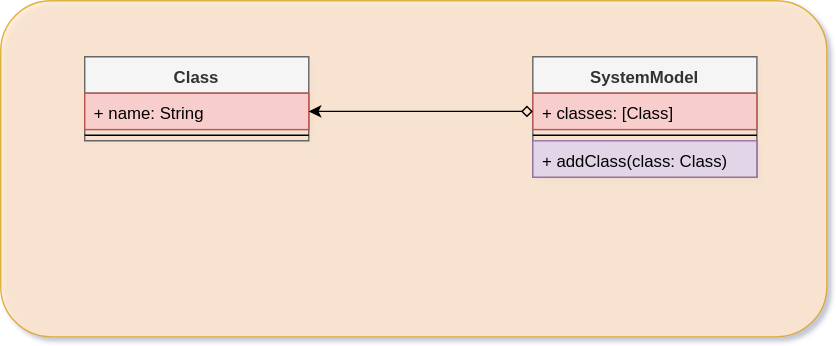
kevinvandenbreemen/SwiftCodeHelper keeps this draw.io diagram as Docs/resource/SwiftCodeHelper.svg. Above is the earlier version. Source tidied: cells renumbered, new cells last; positions are measured from the earlier drawing's top-left corner, leaving out a move shared by most shapes. Its diagram source:
```xml
<mxGraphModel>
  <root>
    <mxCell id="0" />
    <mxCell id="1" parent="0" />
    <mxCell id="2" style="rounded=1;whiteSpace=wrap;html=1;fillColor=#ffe6cc;strokeColor=#d79b00;opacity=75;" parent="1" vertex="1">
      <mxGeometry width="590" height="240" as="geometry" />
    </mxCell>
    <mxCell id="3" value="Class" style="swimlane;fontStyle=1;align=center;verticalAlign=top;horizontal=1;startSize=26;fillColor=#f5f5f5;strokeColor=#666666;fontColor=#333333;" parent="1" vertex="1">
      <mxGeometry x="60" y="40" width="160" height="60" as="geometry" />
    </mxCell>
    <mxCell id="4" value="+ name: String" style="text;strokeColor=#b85450;fillColor=#f8cecc;align=left;verticalAlign=top;spacingLeft=4;spacingRight=4;overflow=hidden;points=[[0,0.5],[1,0.5]];portConstraint=eastwest;" parent="3" vertex="1">
      <mxGeometry y="26" width="160" height="26" as="geometry" />
    </mxCell>
    <mxCell id="5" style="line;strokeWidth=1;fillColor=none;align=left;verticalAlign=middle;spacingTop=-1;spacingLeft=3;spacingRight=3;labelPosition=right;" parent="3" vertex="1">
      <mxGeometry y="52" width="160" height="8" as="geometry" />
    </mxCell>
    <mxCell id="6" value="SystemModel" style="swimlane;fontStyle=1;align=center;verticalAlign=top;horizontal=1;startSize=26;fillColor=#f5f5f5;strokeColor=#666666;fontColor=#333333;" parent="1" vertex="1">
      <mxGeometry x="380" y="40" width="160" height="86" as="geometry" />
    </mxCell>
    <mxCell id="7" value="+ classes: [Class]" style="text;strokeColor=#b85450;fillColor=#f8cecc;align=left;verticalAlign=top;spacingLeft=4;spacingRight=4;overflow=hidden;points=[[0,0.5],[1,0.5]];portConstraint=eastwest;" parent="6" vertex="1">
      <mxGeometry y="26" width="160" height="26" as="geometry" />
    </mxCell>
    <mxCell id="8" style="line;strokeWidth=1;fillColor=none;align=left;verticalAlign=middle;spacingTop=-1;spacingLeft=3;spacingRight=3;labelPosition=right;" parent="6" vertex="1">
      <mxGeometry y="52" width="160" height="8" as="geometry" />
    </mxCell>
    <mxCell id="9" value="+ addClass(class: Class)" style="text;strokeColor=#9673a6;fillColor=#e1d5e7;align=left;verticalAlign=top;spacingLeft=4;spacingRight=4;overflow=hidden;points=[[0,0.5],[1,0.5]];portConstraint=eastwest;" parent="6" vertex="1">
      <mxGeometry y="60" width="160" height="26" as="geometry" />
    </mxCell>
    <mxCell id="10" style="edgeStyle=orthogonalEdgeStyle;rounded=0;jettySize=auto;html=1;exitX=0;exitY=0.5;exitDx=0;exitDy=0;entryX=1;entryY=0.5;entryDx=0;entryDy=0;startArrow=diamond;startFill=0;" parent="1" edge="1" source="7" target="4">
      <mxGeometry relative="1" as="geometry" />
    </mxCell>
  </root>
</mxGraphModel>
```
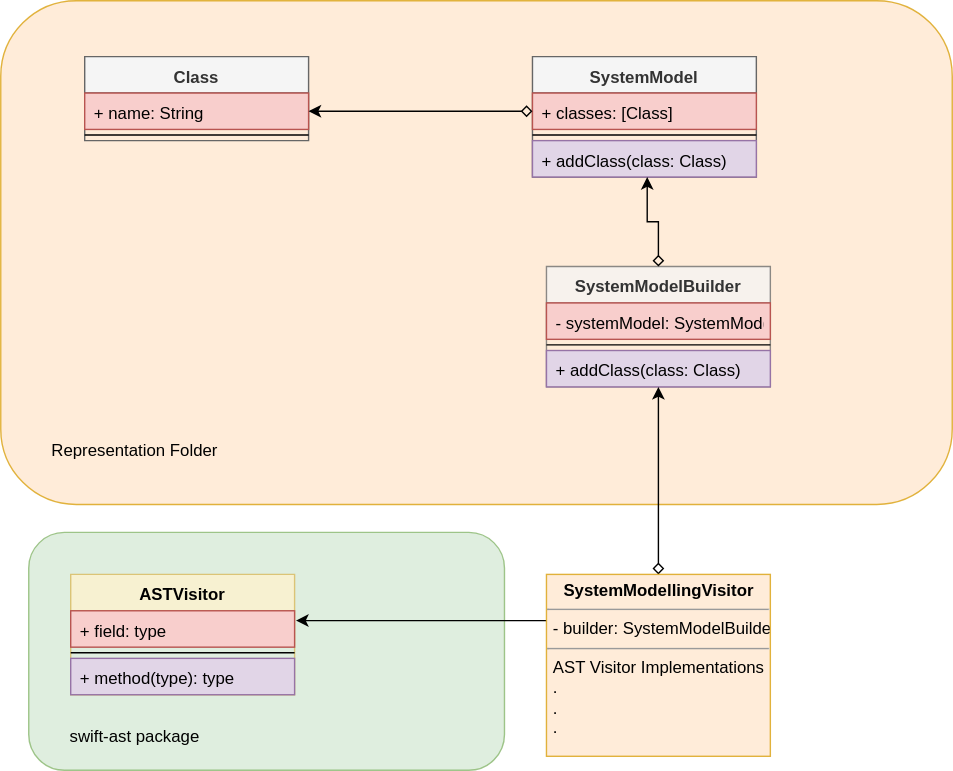
After the change.

The edit, as a diff of the source:
```diff
@@ -2,8 +2,11 @@
   <root>
     <mxCell id="0" />
     <mxCell id="1" parent="0" />
+    <mxCell id="11" style="rounded=1;whiteSpace=wrap;html=1;opacity=75;fillColor=#d5e8d4;strokeColor=#82b366;" parent="1" vertex="1">
+      <mxGeometry x="20" y="380" width="340" height="170" as="geometry" />
+    </mxCell>
     <mxCell id="2" style="rounded=1;whiteSpace=wrap;html=1;fillColor=#ffe6cc;strokeColor=#d79b00;opacity=75;" parent="1" vertex="1">
-      <mxGeometry width="590" height="240" as="geometry" />
+      <mxGeometry width="680" height="360" as="geometry" />
     </mxCell>
     <mxCell id="3" value="Class" style="swimlane;fontStyle=1;align=center;verticalAlign=top;horizontal=1;startSize=26;fillColor=#f5f5f5;strokeColor=#666666;fontColor=#333333;" parent="1" vertex="1">
       <mxGeometry x="60" y="40" width="160" height="60" as="geometry" />
@@ -29,5 +32,47 @@
     <mxCell id="10" style="edgeStyle=orthogonalEdgeStyle;rounded=0;jettySize=auto;html=1;exitX=0;exitY=0.5;exitDx=0;exitDy=0;entryX=1;entryY=0.5;entryDx=0;entryDy=0;startArrow=diamond;startFill=0;" parent="1" edge="1" source="7" target="4">
       <mxGeometry relative="1" as="geometry" />
     </mxCell>
+    <mxCell id="12" value="SystemModelBuilder" style="swimlane;fontStyle=1;align=center;verticalAlign=top;horizontal=1;startSize=26;opacity=75;fillColor=#f5f5f5;strokeColor=#666666;fontColor=#333333;" parent="1" vertex="1">
+      <mxGeometry x="390" y="190" width="160" height="86" as="geometry" />
+    </mxCell>
+    <mxCell id="13" value="- systemModel: SystemModel" style="text;strokeColor=#b85450;fillColor=#f8cecc;align=left;verticalAlign=top;spacingLeft=4;spacingRight=4;overflow=hidden;" parent="12" vertex="1">
+      <mxGeometry y="26" width="160" height="26" as="geometry" />
+    </mxCell>
+    <mxCell id="14" style="line;strokeWidth=1;fillColor=none;align=left;verticalAlign=middle;spacingTop=-1;spacingLeft=3;spacingRight=3;labelPosition=right;" parent="12" vertex="1">
+      <mxGeometry y="52" width="160" height="8" as="geometry" />
+    </mxCell>
+    <mxCell id="15" value="+ addClass(class: Class)" style="text;strokeColor=#9673a6;fillColor=#e1d5e7;align=left;verticalAlign=top;spacingLeft=4;spacingRight=4;overflow=hidden;points=[[0,0.5],[1,0.5]];portConstraint=eastwest;" parent="12" vertex="1">
+      <mxGeometry y="60" width="160" height="26" as="geometry" />
+    </mxCell>
+    <mxCell id="16" style="edgeStyle=orthogonalEdgeStyle;rounded=0;jettySize=auto;html=1;exitX=0.5;exitY=0;exitDx=0;exitDy=0;entryX=0.513;entryY=1;entryDx=0;entryDy=0;entryPerimeter=0;startArrow=diamond;startFill=0;" parent="1" edge="1" source="12" target="9">
+      <mxGeometry relative="1" as="geometry" />
+    </mxCell>
+    <mxCell id="17" style="edgeStyle=orthogonalEdgeStyle;rounded=0;jettySize=auto;html=1;exitX=0.5;exitY=0;exitDx=0;exitDy=0;entryX=0.5;entryY=1;entryDx=0;entryDy=0;entryPerimeter=0;startArrow=diamond;startFill=0;" parent="1" edge="1" source="19" target="15">
+      <mxGeometry relative="1" as="geometry" />
+    </mxCell>
+    <mxCell id="18" style="edgeStyle=orthogonalEdgeStyle;rounded=0;jettySize=auto;html=1;exitX=0;exitY=0.25;exitDx=0;exitDy=0;entryX=1.006;entryY=0.269;entryDx=0;entryDy=0;entryPerimeter=0;startArrow=none;startFill=0;" parent="1" edge="1" source="19" target="21">
+      <mxGeometry relative="1" as="geometry" />
+    </mxCell>
+    <mxCell id="19" value="&lt;p style=&quot;margin: 0px ; margin-top: 4px ; text-align: center&quot;&gt;&lt;b&gt;SystemModellingVisitor&lt;/b&gt;&lt;/p&gt;&lt;hr size=&quot;1&quot;&gt;&lt;p style=&quot;margin: 0px ; margin-left: 4px&quot;&gt;- builder: SystemModelBuilder&lt;/p&gt;&lt;hr size=&quot;1&quot;&gt;&lt;p style=&quot;margin: 0px ; margin-left: 4px&quot;&gt;AST Visitor Implementations&lt;/p&gt;&lt;p style=&quot;margin: 0px ; margin-left: 4px&quot;&gt;.&lt;/p&gt;&lt;p style=&quot;margin: 0px ; margin-left: 4px&quot;&gt;.&lt;/p&gt;&lt;p style=&quot;margin: 0px ; margin-left: 4px&quot;&gt;.&lt;/p&gt;" style="verticalAlign=top;align=left;overflow=fill;fontSize=12;fontFamily=Helvetica;html=1;opacity=75;fillColor=#ffe6cc;strokeColor=#d79b00;" parent="1" vertex="1">
+      <mxGeometry x="390" y="410" width="160" height="130" as="geometry" />
+    </mxCell>
+    <mxCell id="20" value="ASTVisitor" style="swimlane;fontStyle=1;align=center;verticalAlign=top;horizontal=1;startSize=26;opacity=75;fillColor=#fff2cc;strokeColor=#d6b656;" parent="1" vertex="1">
+      <mxGeometry x="50" y="410" width="160" height="86" as="geometry" />
+    </mxCell>
+    <mxCell id="21" value="+ field: type" style="text;strokeColor=#b85450;fillColor=#f8cecc;align=left;verticalAlign=top;spacingLeft=4;spacingRight=4;overflow=hidden;points=[[0,0.5],[1,0.5]];portConstraint=eastwest;" parent="20" vertex="1">
+      <mxGeometry y="26" width="160" height="26" as="geometry" />
+    </mxCell>
+    <mxCell id="22" style="line;strokeWidth=1;fillColor=none;align=left;verticalAlign=middle;spacingTop=-1;spacingLeft=3;spacingRight=3;labelPosition=right;" parent="20" vertex="1">
+      <mxGeometry y="52" width="160" height="8" as="geometry" />
+    </mxCell>
+    <mxCell id="23" value="+ method(type): type" style="text;strokeColor=#9673a6;fillColor=#e1d5e7;align=left;verticalAlign=top;spacingLeft=4;spacingRight=4;overflow=hidden;" parent="20" vertex="1">
+      <mxGeometry y="60" width="160" height="26" as="geometry" />
+    </mxCell>
+    <mxCell id="24" value="swift-ast package" style="text;html=1;strokeColor=none;fillColor=none;align=center;verticalAlign=middle;whiteSpace=wrap;rounded=0;opacity=75;" parent="1" vertex="1">
+      <mxGeometry x="30" y="510" width="130" height="30" as="geometry" />
+    </mxCell>
+    <mxCell id="25" value="Representation Folder" style="text;html=1;strokeColor=none;fillColor=none;align=center;verticalAlign=middle;whiteSpace=wrap;rounded=0;opacity=75;" parent="1" vertex="1">
+      <mxGeometry x="20" y="320" width="150" as="geometry" />
+    </mxCell>
   </root>
 </mxGraphModel>
```
